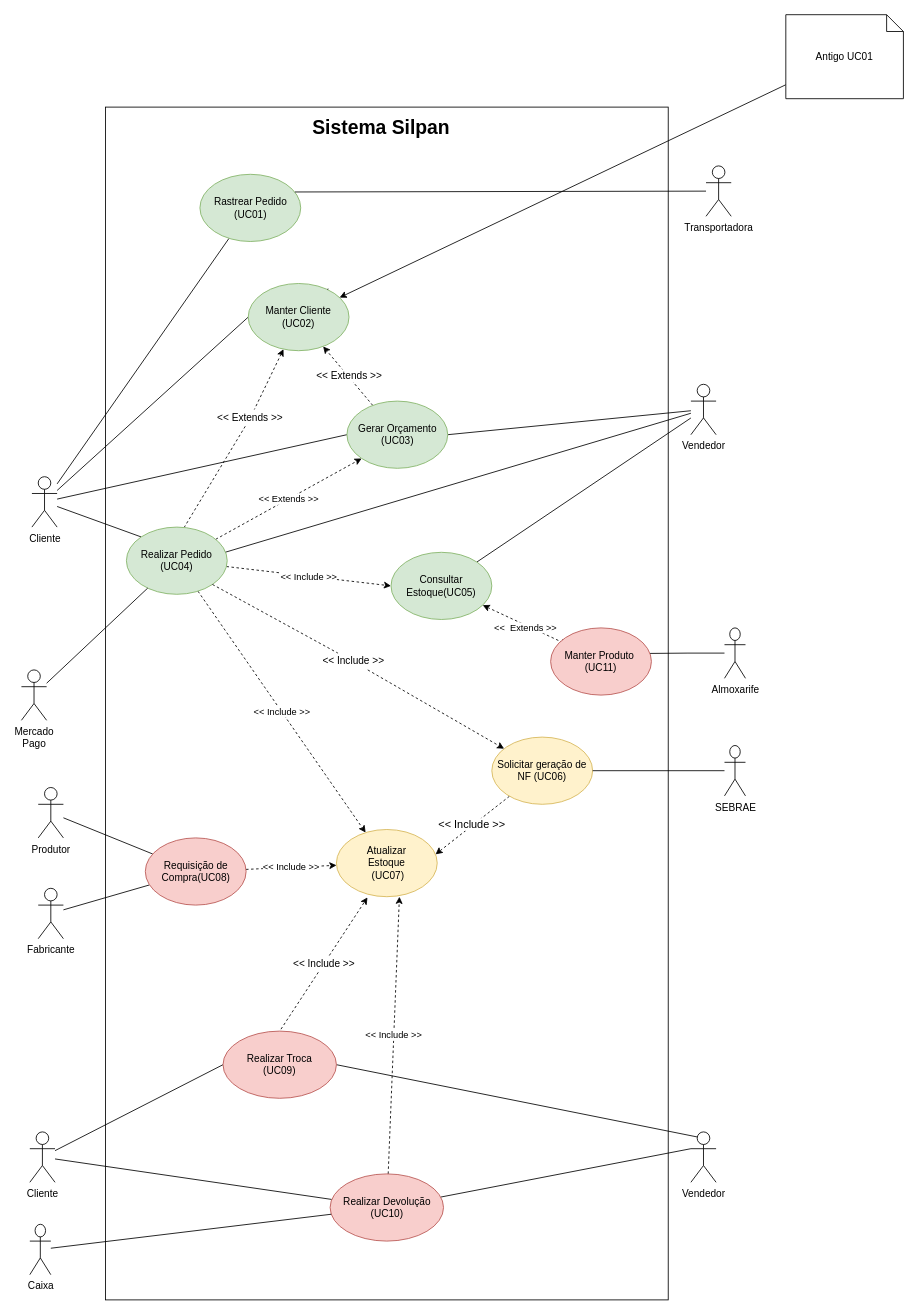
The draw.io diagram Diagrama de UC.drawio in Systematicos/Silpan-AMS, before the edit. Source tidied: cells renumbered, new cells numbered last; positions are measured from the earlier drawing's top-left corner, leaving out a move shared by most shapes. Both pictures are drawn from the tidied source at 84%, with x=0, y=0 at pixel (21, 14).
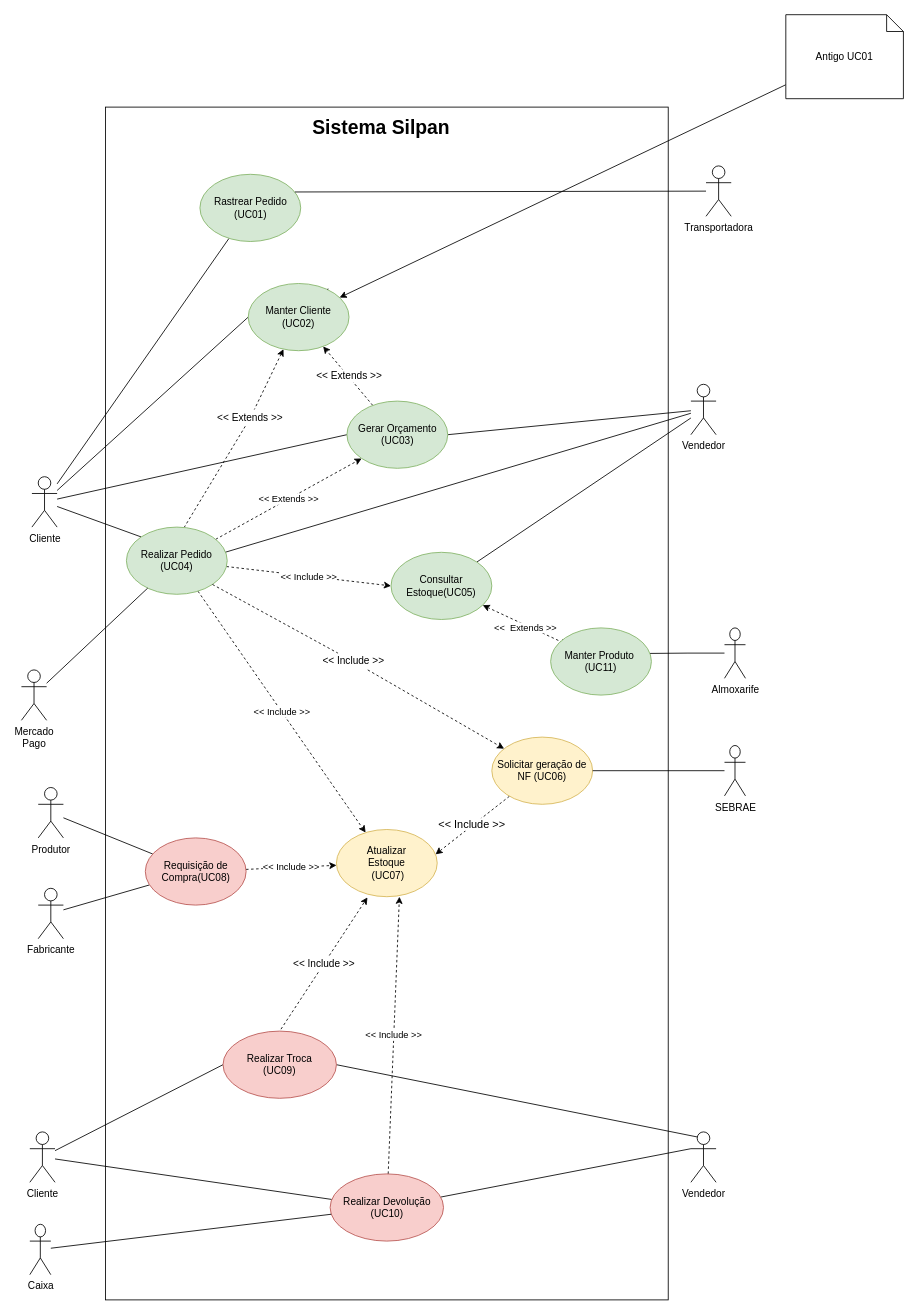
The same page after the edit.

Diff of the diagram source:
```diff
@@
-    <mxCell id="60" value="Manter Produto&amp;nbsp;&lt;br&gt;(UC11)" style="ellipse;whiteSpace=wrap;html=1;fillColor=#f8cecc;strokeColor=#b85450;" parent="1" vertex="1">
+    <mxCell id="60" value="Manter Produto&amp;nbsp;&lt;br&gt;(UC11)" style="ellipse;whiteSpace=wrap;html=1;fillColor=#d5e8d4;strokeColor=#82b366;" parent="1" vertex="1">
       <mxGeometry x="630" y="730" width="120" height="80" as="geometry" />
     </mxCell>
```
